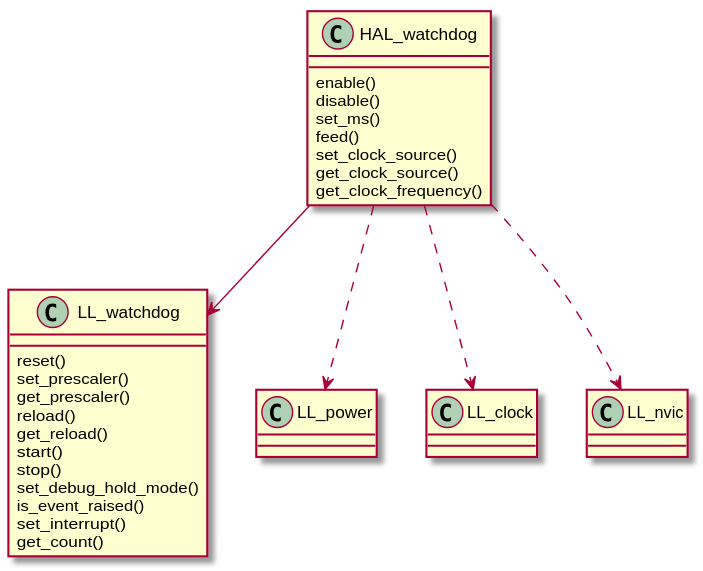
This is docs/source/assets/images/wdt.svg from onkwon/halmcu, a PlantUML export, as it was before one commit.
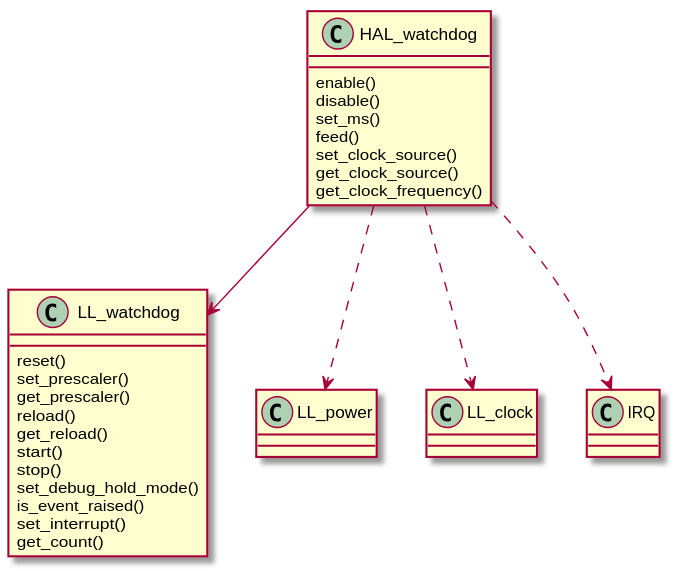
The same diagram one commit later.

What changed in the source:
```diff
@@ -26,5 +26,5 @@
 HAL_watchdog --> LL_watchdog
 HAL_watchdog ..> LL_power
 HAL_watchdog ..> LL_clock
-HAL_watchdog ..> LL_nvic
+HAL_watchdog ..> IRQ
 @enduml
```
